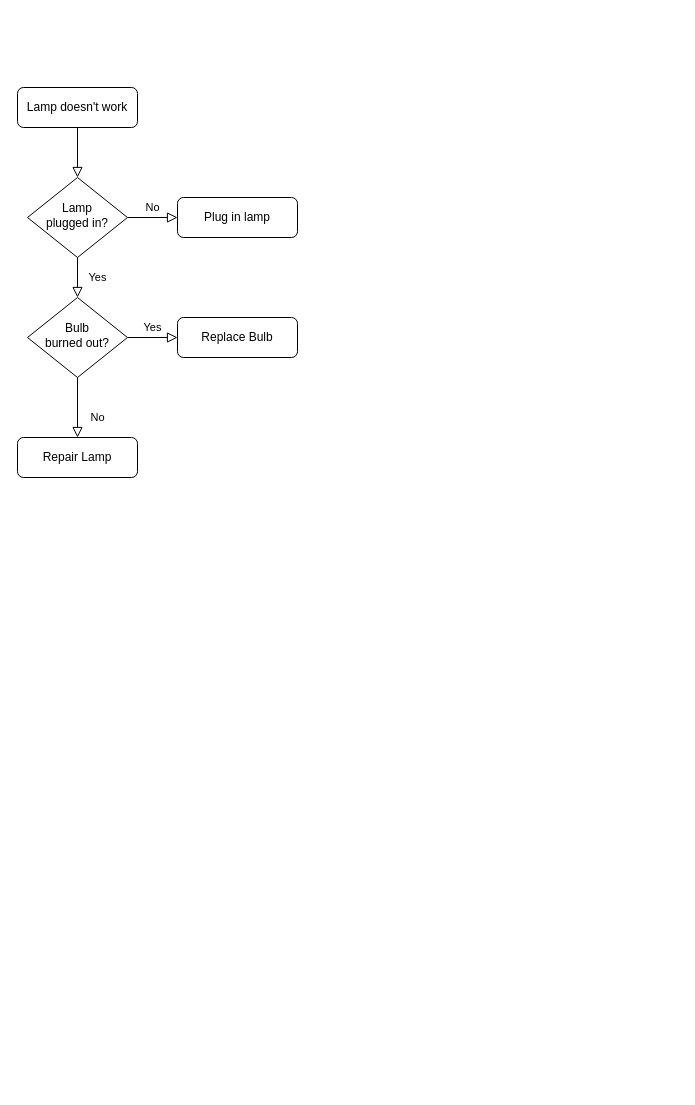
Huerti430/Repositorio-N-1 keeps this draw.io diagram as Diagrama sin título.drawio. Above is the earlier version. Source tidied: cells renumbered, new cells numbered last; positions are measured from the earlier drawing's top-left corner, leaving out a move shared by most shapes. Both pictures are drawn from the tidied source at 100%, with x=0, y=0 at pixel (17, 87).
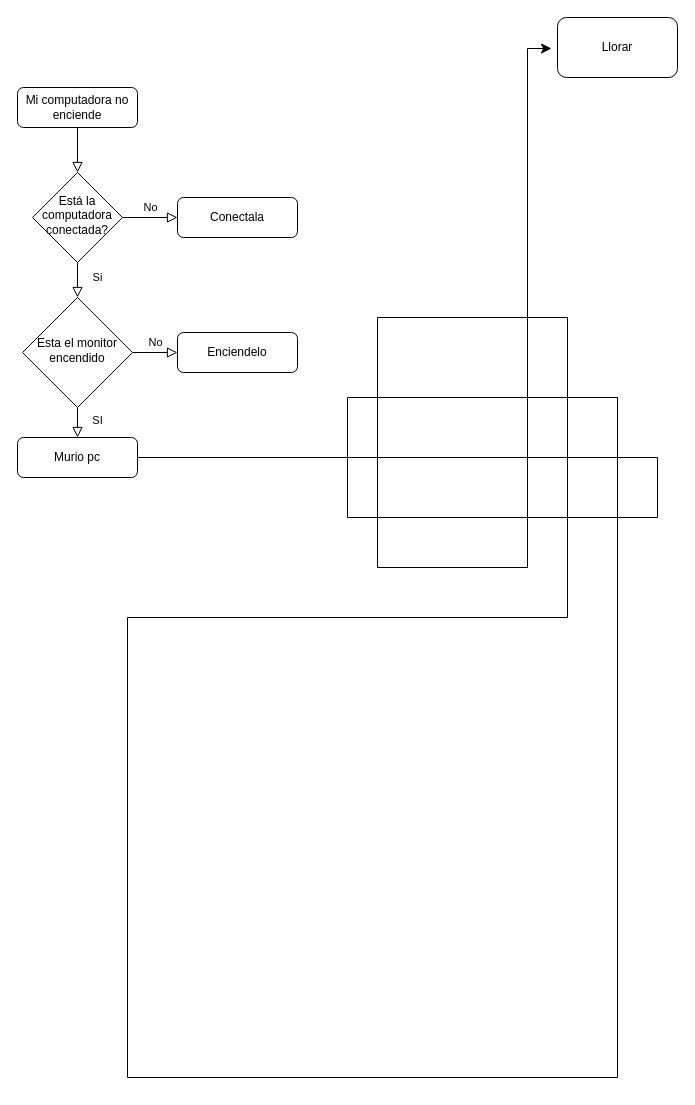
The same diagram, later.

Commit message:
Diagrama de Flujo "Dilema del Pc"

What changed in the source:
```diff
@@
-    <mxCell id="3" value="Lamp doesn't work" style="rounded=1;whiteSpace=wrap;html=1;fontSize=12;glass=0;strokeWidth=1;shadow=0;" parent="1" vertex="1">
+    <mxCell id="3" value="Mi computadora no enciende" style="rounded=1;whiteSpace=wrap;html=1;fontSize=12;glass=0;strokeWidth=1;shadow=0;" parent="1" vertex="1">
       <mxGeometry width="120" height="40" as="geometry" />
     </mxCell>
-    <mxCell id="4" value="Yes" style="rounded=0;html=1;jettySize=auto;fontSize=11;endArrow=block;endFill=0;endSize=8;strokeWidth=1;shadow=0;labelBackgroundColor=none;edgeStyle=orthogonalEdgeStyle;" parent="1" edge="1" source="6" target="10">
-      <mxGeometry y="20" relative="1" as="geometry" />
+    <mxCell id="4" value="Si" style="rounded=0;html=1;jettySize=auto;fontSize=11;endArrow=block;endFill=0;endSize=8;strokeWidth=1;shadow=0;labelBackgroundColor=none;edgeStyle=orthogonalEdgeStyle;" parent="1" edge="1" source="6" target="10">
+      <mxGeometry x="0.11" y="20" relative="1" as="geometry" />
     </mxCell>
@@
-    <mxCell id="6" value="Lamp&lt;br&gt;plugged in?" style="rhombus;whiteSpace=wrap;html=1;shadow=0;fontFamily=Helvetica;fontSize=12;align=center;strokeWidth=1;spacing=6;spacingTop=-4;" parent="1" vertex="1">
-      <mxGeometry x="10" y="90" width="100" height="80" as="geometry" />
+    <mxCell id="6" value="Está la computadora conectada?" style="rhombus;whiteSpace=wrap;html=1;shadow=0;fontFamily=Helvetica;fontSize=12;align=center;strokeWidth=1;spacing=6;spacingTop=-4;" parent="1" vertex="1">
+      <mxGeometry x="15" y="85" width="90" height="90" as="geometry" />
     </mxCell>
-    <mxCell id="7" value="Plug in lamp" style="rounded=1;whiteSpace=wrap;html=1;fontSize=12;glass=0;strokeWidth=1;shadow=0;" parent="1" vertex="1">
+    <mxCell id="7" value="Conectala" style="rounded=1;whiteSpace=wrap;html=1;fontSize=12;glass=0;strokeWidth=1;shadow=0;" parent="1" vertex="1">
       <mxGeometry x="160" y="110" width="120" height="40" as="geometry" />
     </mxCell>
-    <mxCell id="8" value="No" style="rounded=0;html=1;jettySize=auto;fontSize=11;endArrow=block;endFill=0;endSize=8;strokeWidth=1;shadow=0;labelBackgroundColor=none;edgeStyle=orthogonalEdgeStyle;" parent="1" edge="1" source="10" target="11">
+    <mxCell id="8" value="SI" style="rounded=0;html=1;jettySize=auto;fontSize=11;endArrow=block;endFill=0;endSize=8;strokeWidth=1;shadow=0;labelBackgroundColor=none;edgeStyle=orthogonalEdgeStyle;" parent="1" edge="1" source="10" target="11">
       <mxGeometry x="0.33" y="20" relative="1" as="geometry" />
     </mxCell>
-    <mxCell id="9" value="Yes" style="edgeStyle=orthogonalEdgeStyle;rounded=0;html=1;jettySize=auto;fontSize=11;endArrow=block;endFill=0;endSize=8;strokeWidth=1;shadow=0;labelBackgroundColor=none;" parent="1" edge="1" source="10" target="12">
+    <mxCell id="9" value="No" style="edgeStyle=orthogonalEdgeStyle;rounded=0;html=1;jettySize=auto;fontSize=11;endArrow=block;endFill=0;endSize=8;strokeWidth=1;shadow=0;labelBackgroundColor=none;" parent="1" edge="1" source="10" target="12">
       <mxGeometry y="10" relative="1" as="geometry" />
     </mxCell>
-    <mxCell id="10" value="Bulb&lt;br&gt;burned out?" style="rhombus;whiteSpace=wrap;html=1;shadow=0;fontFamily=Helvetica;fontSize=12;align=center;strokeWidth=1;spacing=6;spacingTop=-4;" parent="1" vertex="1">
-      <mxGeometry x="10" y="210" width="100" height="80" as="geometry" />
+    <mxCell id="10" value="Esta el monitor encendido" style="rhombus;whiteSpace=wrap;html=1;shadow=0;fontFamily=Helvetica;fontSize=12;align=center;strokeWidth=1;spacing=6;spacingTop=-4;" parent="1" vertex="1">
+      <mxGeometry x="5" y="210" width="110" height="110" as="geometry" />
     </mxCell>
-    <mxCell id="11" value="Repair Lamp" style="rounded=1;whiteSpace=wrap;html=1;fontSize=12;glass=0;strokeWidth=1;shadow=0;" parent="1" vertex="1">
+    <mxCell id="11" value="Murio pc" style="rounded=1;whiteSpace=wrap;html=1;fontSize=12;glass=0;strokeWidth=1;shadow=0;" parent="1" vertex="1">
       <mxGeometry y="350" width="120" height="40" as="geometry" />
     </mxCell>
-    <mxCell id="12" value="Replace Bulb" style="rounded=1;whiteSpace=wrap;html=1;fontSize=12;glass=0;strokeWidth=1;shadow=0;" parent="1" vertex="1">
-      <mxGeometry x="160" y="230" width="120" height="40" as="geometry" />
+    <mxCell id="12" value="Enciendelo" style="rounded=1;whiteSpace=wrap;html=1;fontSize=12;glass=0;strokeWidth=1;shadow=0;" parent="1" vertex="1">
+      <mxGeometry x="160" y="245" width="120" height="40" as="geometry" />
     </mxCell>
+    <mxCell id="13" style="edgeStyle=segmentEdgeStyle;endArrow=classic;html=1;curved=0;rounded=0;endSize=8;startSize=8;sourcePerimeterSpacing=0;targetPerimeterSpacing=0;fontSize=12;entryX=-0.05;entryY=0.517;entryDx=0;entryDy=0;entryPerimeter=0;exitX=1;exitY=0.5;exitDx=0;exitDy=0;" parent="1" edge="1" source="11" target="14">
+      <mxGeometry relative="1" as="geometry">
+        <Array as="points">
+          <mxPoint x="640" y="370" />
+          <mxPoint x="640" y="430" />
+          <mxPoint x="330" y="430" />
+          <mxPoint x="330" y="310" />
+          <mxPoint x="600" y="310" />
+          <mxPoint x="600" y="990" />
+          <mxPoint x="110" y="990" />
+          <mxPoint x="110" y="530" />
+          <mxPoint x="550" y="530" />
+          <mxPoint x="550" y="230" />
+          <mxPoint x="360" y="230" />
+          <mxPoint x="360" y="480" />
+          <mxPoint x="510" y="480" />
+          <mxPoint x="510" y="-39" />
+        </Array>
+      </mxGeometry>
+    </mxCell>
+    <mxCell id="14" value="Llorar" style="rounded=1;whiteSpace=wrap;html=1;" parent="1" vertex="1">
+      <mxGeometry x="540" y="-70" width="120" height="60" as="geometry" />
+    </mxCell>
```
